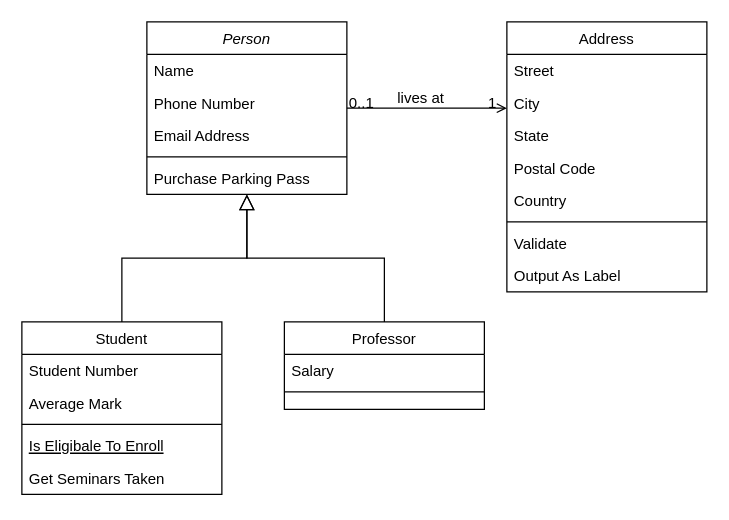
yanelena/diagrams keeps this draw.io diagram as PAA.drawio. Above is the earlier version. Source tidied: cells renumbered, new cells numbered last; positions are measured from the earlier drawing's top-left corner, leaving out a move shared by most shapes. Both pictures are drawn from the tidied source at 125%, with x=0, y=0 at pixel (21, 21).
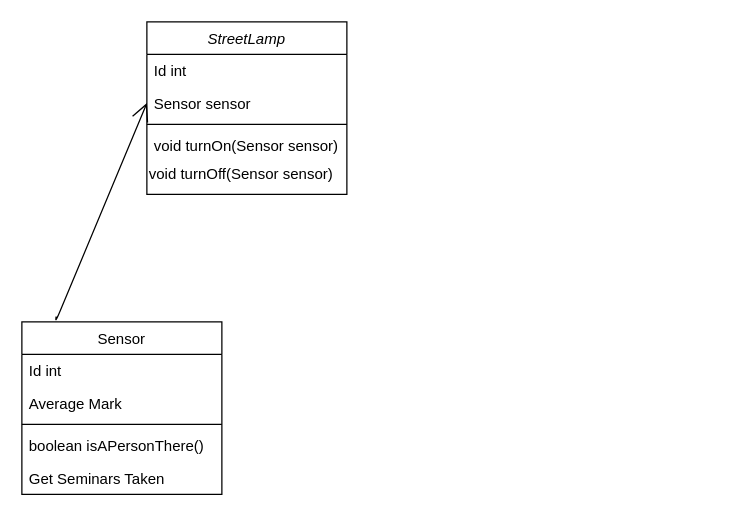
The same page after the edit.

The edit, as a diff of the source:
```diff
@@
-    <mxCell id="2" value="Person" style="swimlane;fontStyle=2;align=center;verticalAlign=top;horizontal=1;startSize=26;rounded=0;shadow=0;strokeWidth=1;" parent="1" vertex="1">
+    <mxCell id="2" value="StreetLamp" style="swimlane;fontStyle=2;align=center;verticalAlign=top;horizontal=1;startSize=26;rounded=0;shadow=0;strokeWidth=1;" parent="1" vertex="1">
       <mxGeometry x="100" width="160" height="138" as="geometry" />
     </mxCell>
-    <mxCell id="3" value="Name" style="text;align=left;verticalAlign=top;spacingLeft=4;spacingRight=4;overflow=hidden;" parent="2" vertex="1">
+    <mxCell id="3" value="Id int" style="text;align=left;verticalAlign=top;spacingLeft=4;spacingRight=4;overflow=hidden;" parent="2" vertex="1">
       <mxGeometry y="26" width="160" height="26" as="geometry" />
     </mxCell>
-    <mxCell id="4" value="Phone Number" style="text;align=left;verticalAlign=top;spacingLeft=4;spacingRight=4;overflow=hidden;rounded=0;shadow=0;html=0;" parent="2" vertex="1">
-      <mxGeometry y="52" width="160" height="26" as="geometry" />
-    </mxCell>
-    <mxCell id="5" value="Email Address" style="text;align=left;verticalAlign=top;spacingLeft=4;spacingRight=4;overflow=hidden;points=[[0,0.5],[1,0.5]];portConstraint=eastwest;rounded=0;shadow=0;html=0;" parent="2" vertex="1">
-      <mxGeometry y="78" width="160" height="26" as="geometry" />
+    <mxCell id="5" value="Sensor sensor" style="text;align=left;verticalAlign=top;spacingLeft=4;spacingRight=4;overflow=hidden;points=[[0,0.5],[1,0.5]];portConstraint=eastwest;rounded=0;shadow=0;html=0;" parent="2" vertex="1">
+      <mxGeometry y="52" width="160" height="26" as="geometry" />
     </mxCell>
     <mxCell id="6" style="line;html=1;strokeWidth=1;align=left;verticalAlign=middle;spacingTop=-1;spacingLeft=3;spacingRight=3;labelPosition=right;" parent="2" vertex="1">
-      <mxGeometry y="104" width="160" height="8" as="geometry" />
+      <mxGeometry y="78" width="160" height="8" as="geometry" />
     </mxCell>
-    <mxCell id="7" value="Purchase Parking Pass" style="text;align=left;verticalAlign=top;spacingLeft=4;spacingRight=4;overflow=hidden;" parent="2" vertex="1">
-      <mxGeometry y="112" width="160" height="26" as="geometry" />
+    <mxCell id="7" value="void turnOn(Sensor sensor)" style="text;align=left;verticalAlign=top;spacingLeft=4;spacingRight=4;overflow=hidden;" parent="2" vertex="1">
+      <mxGeometry y="86" width="160" height="26" as="geometry" />
     </mxCell>
+    <mxCell id="32" value="void turnOff(Sensor sensor)" style="text;html=1;strokeColor=none;fillColor=none;align=left;verticalAlign=middle;whiteSpace=wrap;rounded=0;" parent="2" vertex="1">
+      <mxGeometry y="112" width="160" height="20" as="geometry" />
+    </mxCell>
-    <mxCell id="8" value="Student" style="swimlane;fontStyle=0;align=center;verticalAlign=top;horizontal=1;startSize=26;rounded=0;shadow=0;strokeWidth=1;" parent="1" vertex="1">
+    <mxCell id="8" value="Sensor" style="swimlane;fontStyle=0;align=center;verticalAlign=top;horizontal=1;startSize=26;rounded=0;shadow=0;strokeWidth=1;" parent="1" vertex="1">
       <mxGeometry y="240" width="160" height="138" as="geometry" />
     </mxCell>
-    <mxCell id="9" value="Student Number" style="text;align=left;verticalAlign=top;spacingLeft=4;spacingRight=4;overflow=hidden;" parent="8" vertex="1">
+    <mxCell id="9" value="Id int" style="text;align=left;verticalAlign=top;spacingLeft=4;spacingRight=4;overflow=hidden;" parent="8" vertex="1">
       <mxGeometry y="26" width="160" height="26" as="geometry" />
     </mxCell>
@@
-    <mxCell id="12" value="Is Eligibale To Enroll" style="text;align=left;verticalAlign=top;spacingLeft=4;spacingRight=4;overflow=hidden;fontStyle=4;" parent="8" vertex="1">
+    <mxCell id="12" value="boolean isAPersonThere()" style="text;align=left;verticalAlign=top;spacingLeft=4;spacingRight=4;overflow=hidden;fontStyle=0;" parent="8" vertex="1">
       <mxGeometry y="86" width="160" height="26" as="geometry" />
     </mxCell>
@@
-    <mxCell id="14" style="endArrow=block;endSize=10;endFill=0;shadow=0;strokeWidth=1;rounded=0;edgeStyle=elbowEdgeStyle;elbow=vertical;" parent="1" edge="1" source="8" target="2">
-      <mxGeometry relative="1" as="geometry" />
-    </mxCell>
-    <mxCell id="15" value="Professor" style="swimlane;fontStyle=0;align=center;verticalAlign=top;horizontal=1;startSize=26;rounded=0;shadow=0;strokeWidth=1;" parent="1" vertex="1">
-      <mxGeometry x="210" y="240" width="160" height="70" as="geometry" />
-    </mxCell>
-    <mxCell id="16" value="Salary" style="text;align=left;verticalAlign=top;spacingLeft=4;spacingRight=4;overflow=hidden;" parent="15" vertex="1">
-      <mxGeometry y="26" width="160" height="26" as="geometry" />
-    </mxCell>
-    <mxCell id="17" style="line;html=1;strokeWidth=1;align=left;verticalAlign=middle;spacingTop=-1;spacingLeft=3;spacingRight=3;labelPosition=right;" parent="15" vertex="1">
-      <mxGeometry y="52" width="160" height="8" as="geometry" />
-    </mxCell>
-    <mxCell id="18" style="endArrow=block;endSize=10;endFill=0;shadow=0;strokeWidth=1;rounded=0;edgeStyle=elbowEdgeStyle;elbow=vertical;" parent="1" edge="1" source="15" target="2">
-      <mxGeometry relative="1" as="geometry" />
-    </mxCell>
-    <mxCell id="19" value="Address" style="swimlane;fontStyle=0;align=center;verticalAlign=top;horizontal=1;startSize=26;rounded=0;shadow=0;strokeWidth=1;" parent="1" vertex="1">
-      <mxGeometry x="388" width="160" height="216" as="geometry" />
-    </mxCell>
-    <mxCell id="20" value="Street" style="text;align=left;verticalAlign=top;spacingLeft=4;spacingRight=4;overflow=hidden;" parent="19" vertex="1">
-      <mxGeometry y="26" width="160" height="26" as="geometry" />
-    </mxCell>
-    <mxCell id="21" value="City" style="text;align=left;verticalAlign=top;spacingLeft=4;spacingRight=4;overflow=hidden;rounded=0;shadow=0;html=0;" parent="19" vertex="1">
-      <mxGeometry y="52" width="160" height="26" as="geometry" />
-    </mxCell>
-    <mxCell id="22" value="State" style="text;align=left;verticalAlign=top;spacingLeft=4;spacingRight=4;overflow=hidden;rounded=0;shadow=0;html=0;" parent="19" vertex="1">
-      <mxGeometry y="78" width="160" height="26" as="geometry" />
-    </mxCell>
-    <mxCell id="23" value="Postal Code" style="text;align=left;verticalAlign=top;spacingLeft=4;spacingRight=4;overflow=hidden;rounded=0;shadow=0;html=0;" parent="19" vertex="1">
-      <mxGeometry y="104" width="160" height="26" as="geometry" />
-    </mxCell>
-    <mxCell id="24" value="Country" style="text;align=left;verticalAlign=top;spacingLeft=4;spacingRight=4;overflow=hidden;rounded=0;shadow=0;html=0;" parent="19" vertex="1">
-      <mxGeometry y="130" width="160" height="26" as="geometry" />
-    </mxCell>
-    <mxCell id="25" style="line;html=1;strokeWidth=1;align=left;verticalAlign=middle;spacingTop=-1;spacingLeft=3;spacingRight=3;labelPosition=right;" parent="19" vertex="1">
-      <mxGeometry y="156" width="160" height="8" as="geometry" />
-    </mxCell>
-    <mxCell id="26" value="Validate" style="text;align=left;verticalAlign=top;spacingLeft=4;spacingRight=4;overflow=hidden;" parent="19" vertex="1">
-      <mxGeometry y="164" width="160" height="26" as="geometry" />
-    </mxCell>
-    <mxCell id="27" value="Output As Label" style="text;align=left;verticalAlign=top;spacingLeft=4;spacingRight=4;overflow=hidden;" parent="19" vertex="1">
-      <mxGeometry y="190" width="160" height="26" as="geometry" />
-    </mxCell>
-    <mxCell id="28" style="endArrow=open;shadow=0;strokeWidth=1;rounded=0;endFill=1;edgeStyle=elbowEdgeStyle;elbow=vertical;" parent="1" edge="1" source="2" target="19">
-      <mxGeometry x="0.5" y="41" relative="1" as="geometry">
-        <mxPoint x="-40" y="32" as="offset" />
-      </mxGeometry>
-    </mxCell>
-    <mxCell id="29" value="0..1" style="align=left;verticalAlign=bottom;labelBackgroundColor=none;fontSize=12;" parent="28" vertex="1">
-      <mxGeometry x="-1" relative="1" as="geometry">
-        <mxPoint y="4" as="offset" />
-      </mxGeometry>
-    </mxCell>
-    <mxCell id="30" value="1" style="align=right;verticalAlign=bottom;labelBackgroundColor=none;fontSize=12;" parent="28" vertex="1">
-      <mxGeometry x="1" relative="1" as="geometry">
-        <mxPoint x="-7" y="4" as="offset" />
-      </mxGeometry>
-    </mxCell>
-    <mxCell id="31" value="lives at" style="text;html=1;align=center;verticalAlign=middle;labelBackgroundColor=none;rounded=0;shadow=0;strokeWidth=1;fontSize=12;" parent="28" vertex="1">
-      <mxGeometry x="0.5" y="49" relative="1" as="geometry">
-        <mxPoint x="-38" y="40" as="offset" />
-      </mxGeometry>
-    </mxCell>
+    <mxCell id="33" style="endArrow=open;endFill=1;endSize=12;html=1;exitX=0.171;exitY=-0.031;exitDx=0;exitDy=0;exitPerimeter=0;entryX=0;entryY=0.5;entryDx=0;entryDy=0;" parent="1" edge="1" source="8" target="5">
+      <mxGeometry relative="1" as="geometry">
+        <Array as="points">
+          <mxPoint x="27" y="240" />
+        </Array>
+      </mxGeometry>
+    </mxCell>
```
